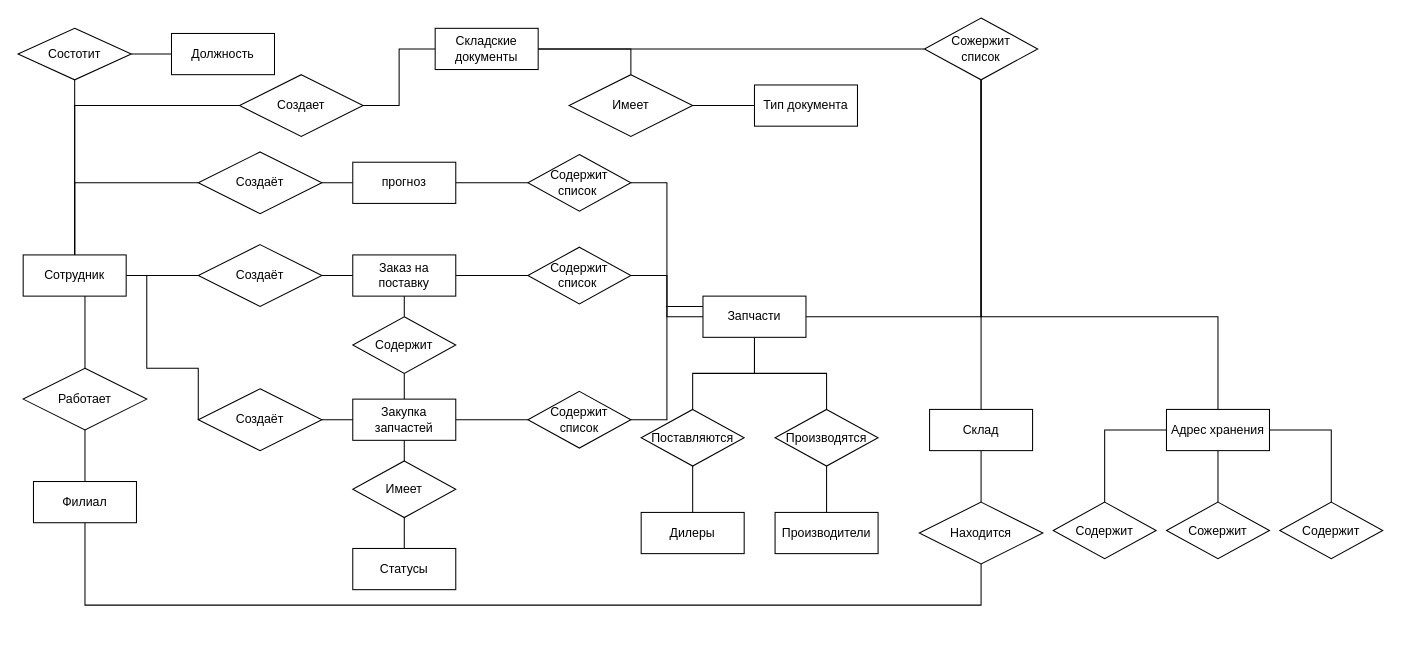
Before: ER модель.drawio in aapoplavskii/Project_Otus_SA, a draw.io diagram. Source tidied: cells renumbered, new cells numbered last; positions are measured from the earlier drawing's top-left corner, leaving out a move shared by most shapes. Both pictures are drawn from the tidied source at 103%, with x=0, y=0 at pixel (18, 18).
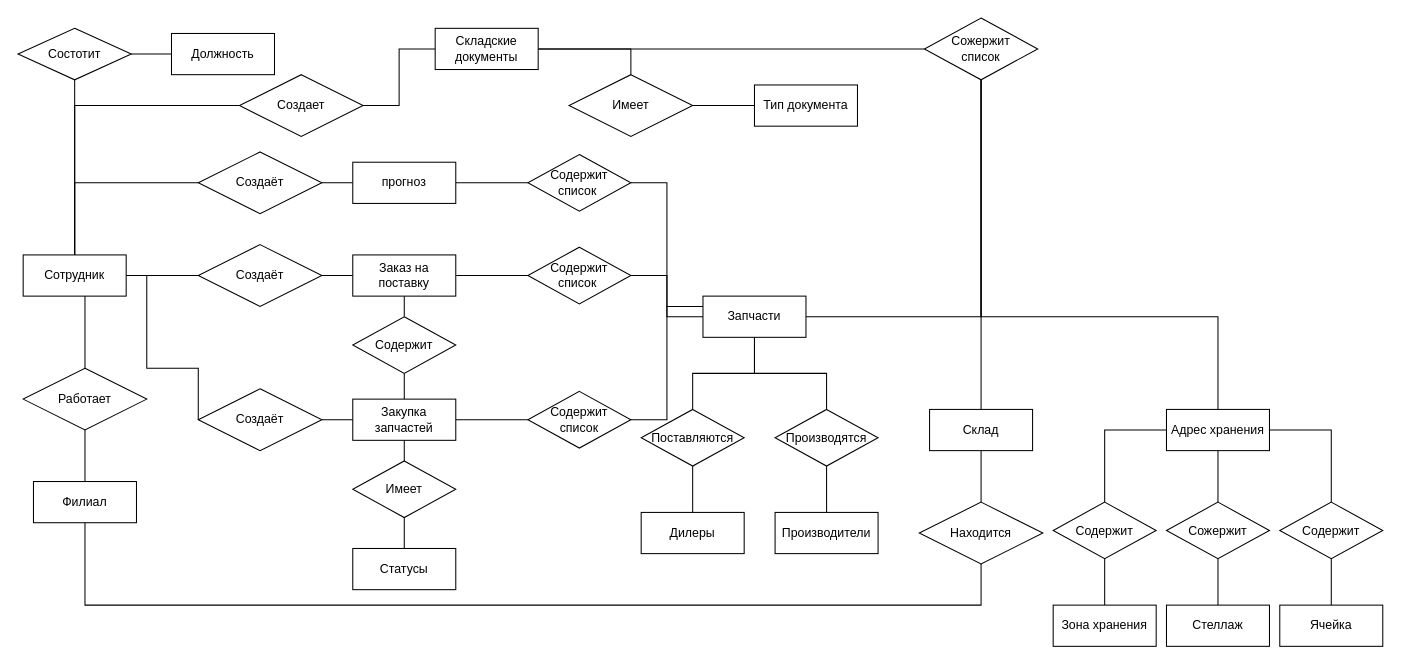
After the change.

Commit message (it also covers changes not shown here):
переделал er, доделал usecase diagram

The change refers to these unchanged cells:
```xml
<mxCell id="59" value="Содержит" style="shape=rhombus;perimeter=rhombusPerimeter;whiteSpace=wrap;html=1;align=center;" parent="1" vertex="1">
  <mxGeometry x="1005" y="470" width="100" height="55" as="geometry" />
</mxCell>
<mxCell id="60" value="Сожержит" style="shape=rhombus;perimeter=rhombusPerimeter;whiteSpace=wrap;html=1;align=center;" parent="1" vertex="1">
  <mxGeometry x="1115" y="470" width="100" height="55" as="geometry" />
</mxCell>
<mxCell id="61" value="Содержит" style="shape=rhombus;perimeter=rhombusPerimeter;whiteSpace=wrap;html=1;align=center;" parent="1" vertex="1">
  <mxGeometry x="1225" y="470" width="100" height="55" as="geometry" />
</mxCell>
```

Diff of the diagram source:
```diff
@@
+    <mxCell id="72" style="edgeStyle=orthogonalEdgeStyle;rounded=0;jettySize=auto;html=1;entryX=0.5;entryY=0;entryDx=0;entryDy=0;endArrow=none;endFill=0;" parent="1" edge="1" source="59" target="75">
+      <mxGeometry relative="1" as="geometry" />
+    </mxCell>
@@
+    <mxCell id="73" style="edgeStyle=orthogonalEdgeStyle;rounded=0;jettySize=auto;html=1;entryX=0.5;entryY=0;entryDx=0;entryDy=0;endArrow=none;endFill=0;" parent="1" edge="1" source="60" target="76">
+      <mxGeometry relative="1" as="geometry" />
+    </mxCell>
@@
+    <mxCell id="74" style="edgeStyle=orthogonalEdgeStyle;rounded=0;jettySize=auto;html=1;entryX=0.5;entryY=0;entryDx=0;entryDy=0;endArrow=none;endFill=0;" parent="1" edge="1" source="61" target="77">
+      <mxGeometry relative="1" as="geometry" />
+    </mxCell>
@@
+    <mxCell id="75" value="Зона хранения" style="whiteSpace=wrap;html=1;align=center;" parent="1" vertex="1">
+      <mxGeometry x="1005" y="570" width="100" height="40" as="geometry" />
+    </mxCell>
+    <mxCell id="76" value="Стеллаж" style="whiteSpace=wrap;html=1;align=center;" parent="1" vertex="1">
+      <mxGeometry x="1115" y="570" width="100" height="40" as="geometry" />
+    </mxCell>
+    <mxCell id="77" value="Ячейка" style="whiteSpace=wrap;html=1;align=center;" parent="1" vertex="1">
+      <mxGeometry x="1225" y="570" width="100" height="40" as="geometry" />
+    </mxCell>
```
